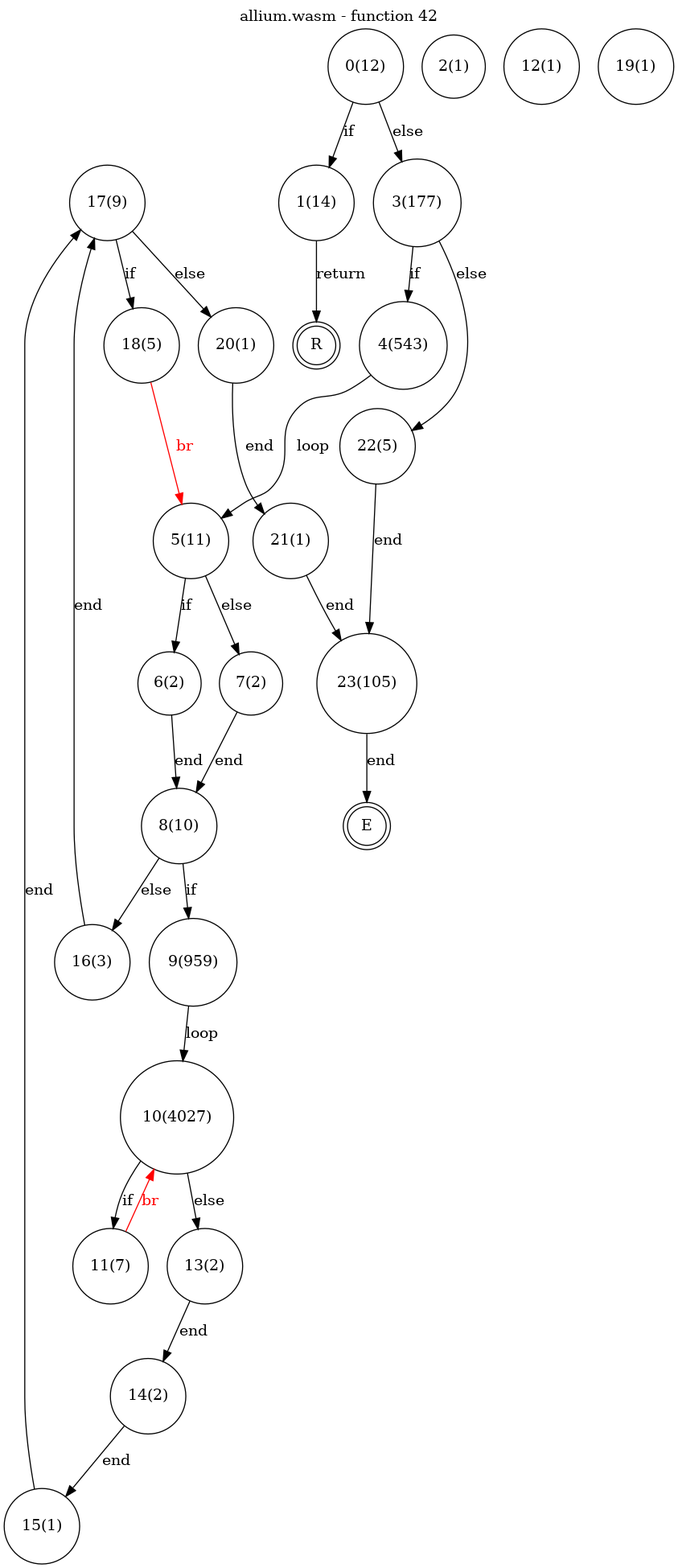
Earlier version of the Graphviz export test_cases/allium/funcs/allium-func42.png (jsCarleton/wanalyze). Its source is kept beside it as test_cases/allium/funcs/allium-func42.dot.
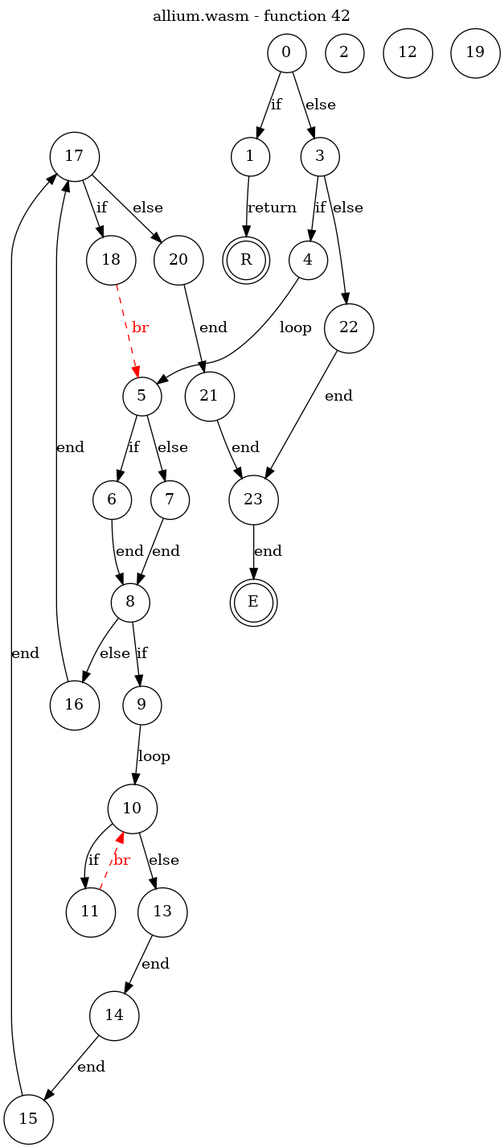
Above is the later version.

The edit, as a diff of the source:
```diff
@@ -5,30 +5,30 @@
     labelfontcolor = black
     labelfontname = "Helvetica"
     node [shape = doublecircle]; E R ;
-node [shape=circle, fontcolor=black, style="", label="0(12)"]0
-node [shape=circle, fontcolor=black, style="", label="1(14)"]1
-node [shape=circle, fontcolor=black, style="", label="2(1)"]2
-node [shape=circle, fontcolor=black, style="", label="3(177)"]3
-node [shape=circle, fontcolor=black, style="", label="4(543)"]4
-node [shape=circle, fontcolor=black, style="", label="5(11)"]5
-node [shape=circle, fontcolor=black, style="", label="6(2)"]6
-node [shape=circle, fontcolor=black, style="", label="7(2)"]7
-node [shape=circle, fontcolor=black, style="", label="8(10)"]8
-node [shape=circle, fontcolor=black, style="", label="9(959)"]9
-node [shape=circle, fontcolor=black, style="", label="10(4027)"]10
-node [shape=circle, fontcolor=black, style="", label="11(7)"]11
-node [shape=circle, fontcolor=black, style="", label="12(1)"]12
-node [shape=circle, fontcolor=black, style="", label="13(2)"]13
-node [shape=circle, fontcolor=black, style="", label="14(2)"]14
-node [shape=circle, fontcolor=black, style="", label="15(1)"]15
-node [shape=circle, fontcolor=black, style="", label="16(3)"]16
-node [shape=circle, fontcolor=black, style="", label="17(9)"]17
-node [shape=circle, fontcolor=black, style="", label="18(5)"]18
-node [shape=circle, fontcolor=black, style="", label="19(1)"]19
-node [shape=circle, fontcolor=black, style="", label="20(1)"]20
-node [shape=circle, fontcolor=black, style="", label="21(1)"]21
-node [shape=circle, fontcolor=black, style="", label="22(5)"]22
-node [shape=circle, fontcolor=black, style="", label="23(105)"]23
+node [shape=circle, fontcolor=black, style="", label="0"]0
+node [shape=circle, fontcolor=black, style="", label="1"]1
+node [shape=circle, fontcolor=black, style="", label="2"]2
+node [shape=circle, fontcolor=black, style="", label="3"]3
+node [shape=circle, fontcolor=black, style="", label="4"]4
+node [shape=circle, fontcolor=black, style="", label="5"]5
+node [shape=circle, fontcolor=black, style="", label="6"]6
+node [shape=circle, fontcolor=black, style="", label="7"]7
+node [shape=circle, fontcolor=black, style="", label="8"]8
+node [shape=circle, fontcolor=black, style="", label="9"]9
+node [shape=circle, fontcolor=black, style="", label="10"]10
+node [shape=circle, fontcolor=black, style="", label="11"]11
+node [shape=circle, fontcolor=black, style="", label="12"]12
+node [shape=circle, fontcolor=black, style="", label="13"]13
+node [shape=circle, fontcolor=black, style="", label="14"]14
+node [shape=circle, fontcolor=black, style="", label="15"]15
+node [shape=circle, fontcolor=black, style="", label="16"]16
+node [shape=circle, fontcolor=black, style="", label="17"]17
+node [shape=circle, fontcolor=black, style="", label="18"]18
+node [shape=circle, fontcolor=black, style="", label="19"]19
+node [shape=circle, fontcolor=black, style="", label="20"]20
+node [shape=circle, fontcolor=black, style="", label="21"]21
+node [shape=circle, fontcolor=black, style="", label="22"]22
+node [shape=circle, fontcolor=black, style="", label="23"]23
 node [shape=circle, fontcolor=black, style="", label="E"]E
 node [shape=circle, fontcolor=black, style="", label="R"]R
     0 -> 1[label="if"];
@@ -46,14 +46,14 @@
     9 -> 10[label="loop"];
     10 -> 11[label="if"];
     10 -> 13[label="else"];
-    11 -> 10[color="red" fontcolor="red" label="br"];
+    11 -> 10[style="dashed" color="red" fontcolor="red" label="br"];
     13 -> 14[label="end"];
     14 -> 15[label="end"];
     15 -> 17[label="end"];
     16 -> 17[label="end"];
     17 -> 18[label="if"];
     17 -> 20[label="else"];
-    18 -> 5[color="red" fontcolor="red" label="br"];
+    18 -> 5[style="dashed" color="red" fontcolor="red" label="br"];
     20 -> 21[label="end"];
     21 -> 23[label="end"];
     22 -> 23[label="end"];
```
